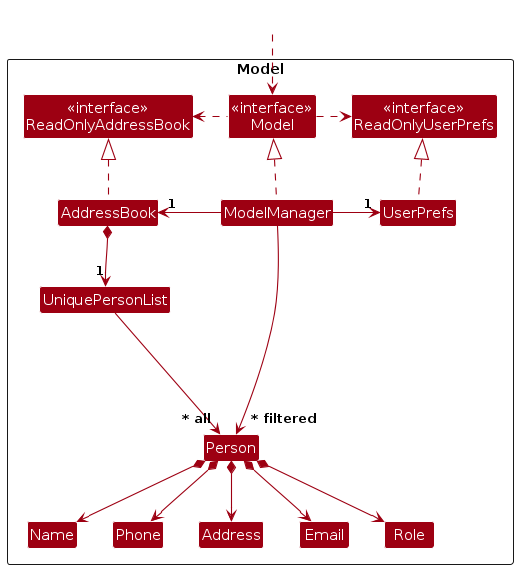
Before: diagrams/ModelClassDiagram.png, a diagram exported from PlantUML (AY2425S2-CS2103T-F12-2/tp). Its source is kept beside it as diagrams/ModelClassDiagram.puml. Its diagram source:
```plantuml
@startuml
!include style.puml
skinparam arrowThickness 1.1
skinparam arrowColor MODEL_COLOR
skinparam classBackgroundColor MODEL_COLOR

Package Model as ModelPackage <<Rectangle>>{
Class "<<interface>>\nReadOnlyAddressBook" as ReadOnlyAddressBook
Class "<<interface>>\nReadOnlyUserPrefs" as ReadOnlyUserPrefs
Class "<<interface>>\nModel" as Model
Class AddressBook
Class ModelManager
Class UserPrefs

Class UniquePersonList
Class Person
Class Address
Class Email
Class Name
Class Phone
Class Role

Class I #FFFFFF
}

Class HiddenOutside #FFFFFF
HiddenOutside ..> Model

AddressBook .up.|> ReadOnlyAddressBook

ModelManager .up.|> Model
Model .right.> ReadOnlyUserPrefs
Model .left.> ReadOnlyAddressBook
ModelManager -left-> "1" AddressBook
ModelManager -right-> "1" UserPrefs
UserPrefs .up.|> ReadOnlyUserPrefs

AddressBook *--> "1" UniquePersonList
UniquePersonList --> "~* all" Person
Person *--> Name
Person *--> Phone
Person *--> Email
Person *--> Address
Person *--> Role

Person -[hidden]up--> I
UniquePersonList -[hidden]right-> I

Name -[hidden]right-> Phone
Phone -[hidden]right-> Address
Address -[hidden]right-> Email
Email -[hidden]right-> Role

ModelManager --> "~* filtered" Person
@enduml
```
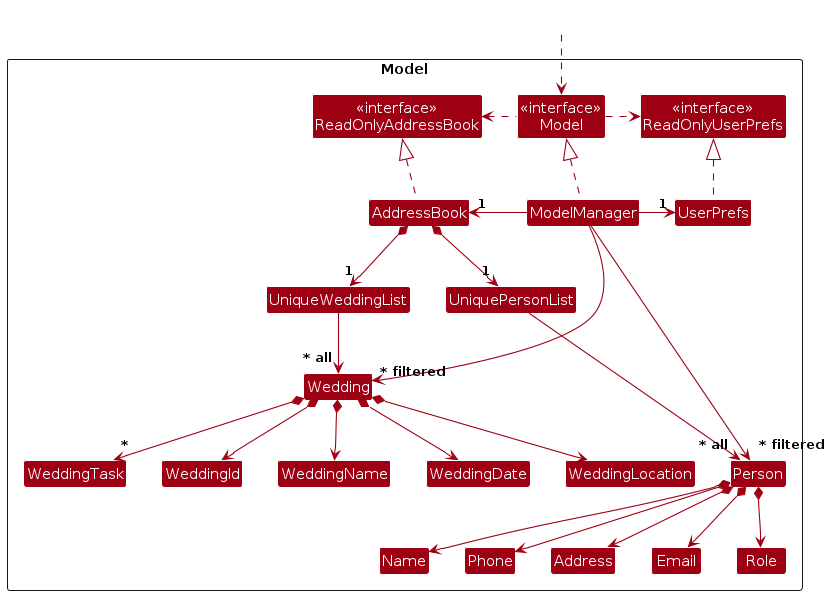
The same diagram one commit later.

Diff of the diagram source:
```diff
@@ -19,6 +19,14 @@
 Class Name
 Class Phone
 Class Role
+
+Class UniqueWeddingList
+Class Wedding
+Class WeddingId
+Class WeddingName
+Class WeddingDate
+Class WeddingLocation
+Class WeddingTask
 
 Class I #FFFFFF
 }
@@ -51,5 +59,14 @@
 Address -[hidden]right-> Email
 Email -[hidden]right-> Role
 
+AddressBook *--> "1" UniqueWeddingList
+UniqueWeddingList --> "~* all" Wedding
+Wedding *--> WeddingId
+Wedding *--> WeddingName
+Wedding *--> WeddingDate
+Wedding *--> WeddingLocation
+Wedding *--> "*" WeddingTask
+
 ModelManager --> "~* filtered" Person
+ModelManager --> "~* filtered" Wedding
 @enduml
```
